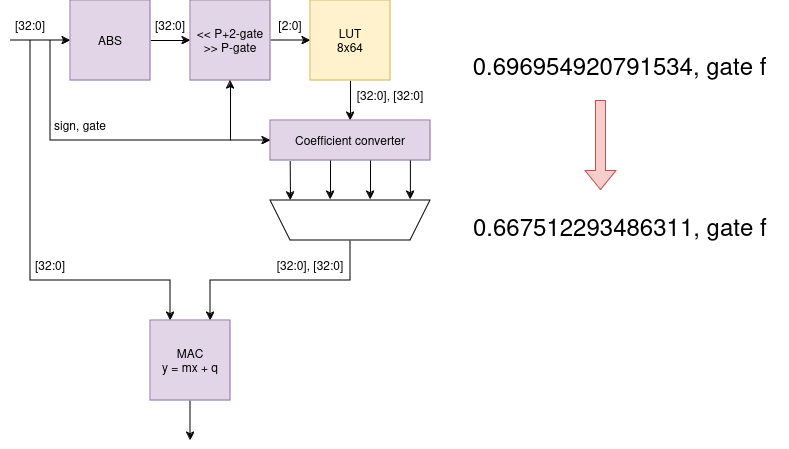
Before: slides/images/ACTU_new.drawio.png, a diagram exported from draw.io (AlessandroVaraldi/LSTM_ACCELERATOR). Source tidied: cells renumbered, new cells last; positions are measured from the earlier drawing's top-left corner, leaving out a move shared by most shapes.
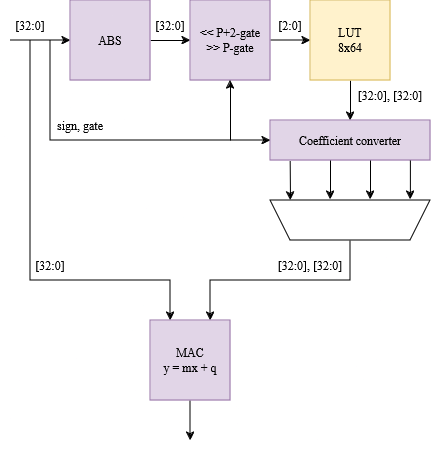
After the change.

Change to the diagram source:
```diff
@@ -115,17 +115,5 @@
         <mxPoint x="230" y="140" as="sourcePoint" />
       </mxGeometry>
     </mxCell>
-    <mxCell id="28" value="&lt;div&gt;&lt;font style=&quot;font-size: 24px;&quot;&gt;0.696954920791534, gate f&lt;br&gt;&lt;/font&gt;&lt;/div&gt;" style="text;html=1;align=center;verticalAlign=middle;whiteSpace=wrap;rounded=0;" parent="1" vertex="1">
-      <mxGeometry x="450" y="50" width="339" height="30" as="geometry" />
-    </mxCell>
-    <mxCell id="29" value="&lt;br&gt;&lt;table cellspacing=&quot;0&quot; border=&quot;0&quot;&gt;&lt;tbody&gt;&lt;tr&gt;&lt;td style=&quot;font-size: 24px;&quot; height=&quot;17&quot; align=&quot;right&quot;&gt;0.667512293486311, gate f&lt;br&gt;&lt;/td&gt;&lt;/tr&gt;&lt;/tbody&gt;&lt;/table&gt;" style="text;whiteSpace=wrap;html=1;" parent="1" vertex="1">
-      <mxGeometry x="469.5" y="190" width="300" height="110" as="geometry" />
-    </mxCell>
-    <mxCell id="30" style="shape=flexArrow;endArrow=classic;html=1;rounded=0;fillColor=#f8cecc;strokeColor=#b85450;" parent="1" edge="1">
-      <mxGeometry relative="1" as="geometry">
-        <mxPoint x="600.5" y="100" as="sourcePoint" />
-        <mxPoint x="600.5" y="190" as="targetPoint" />
-      </mxGeometry>
-    </mxCell>
   </root>
 </mxGraphModel>
```
